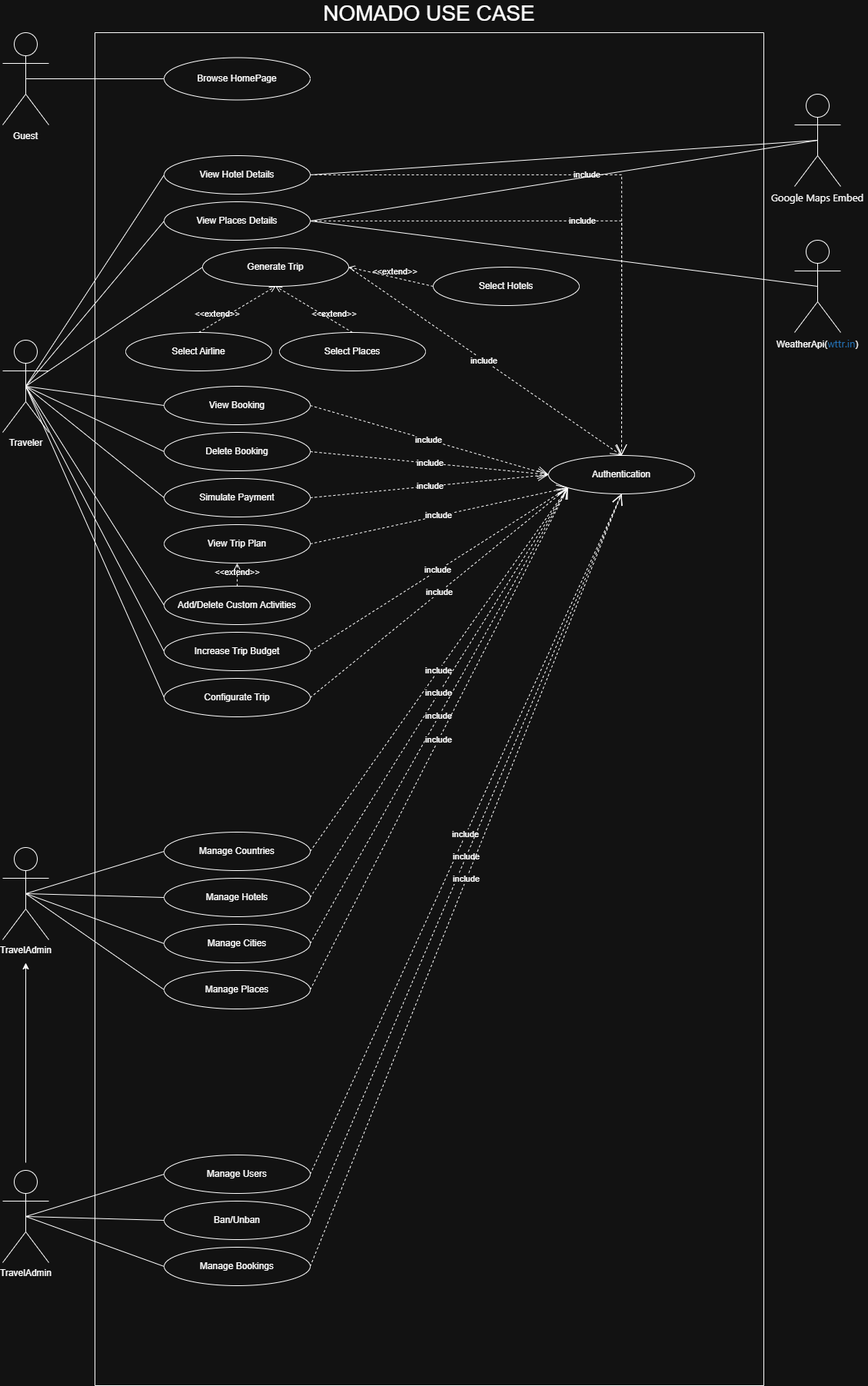
The draw.io diagram docs/NOMADO-usecase.png in sahhoutiamine/NOMADO-TravelPlanner, before a commit. Source tidied: cells renumbered, new cells last; positions are measured from the earlier drawing's top-left corner, leaving out a move shared by most shapes.
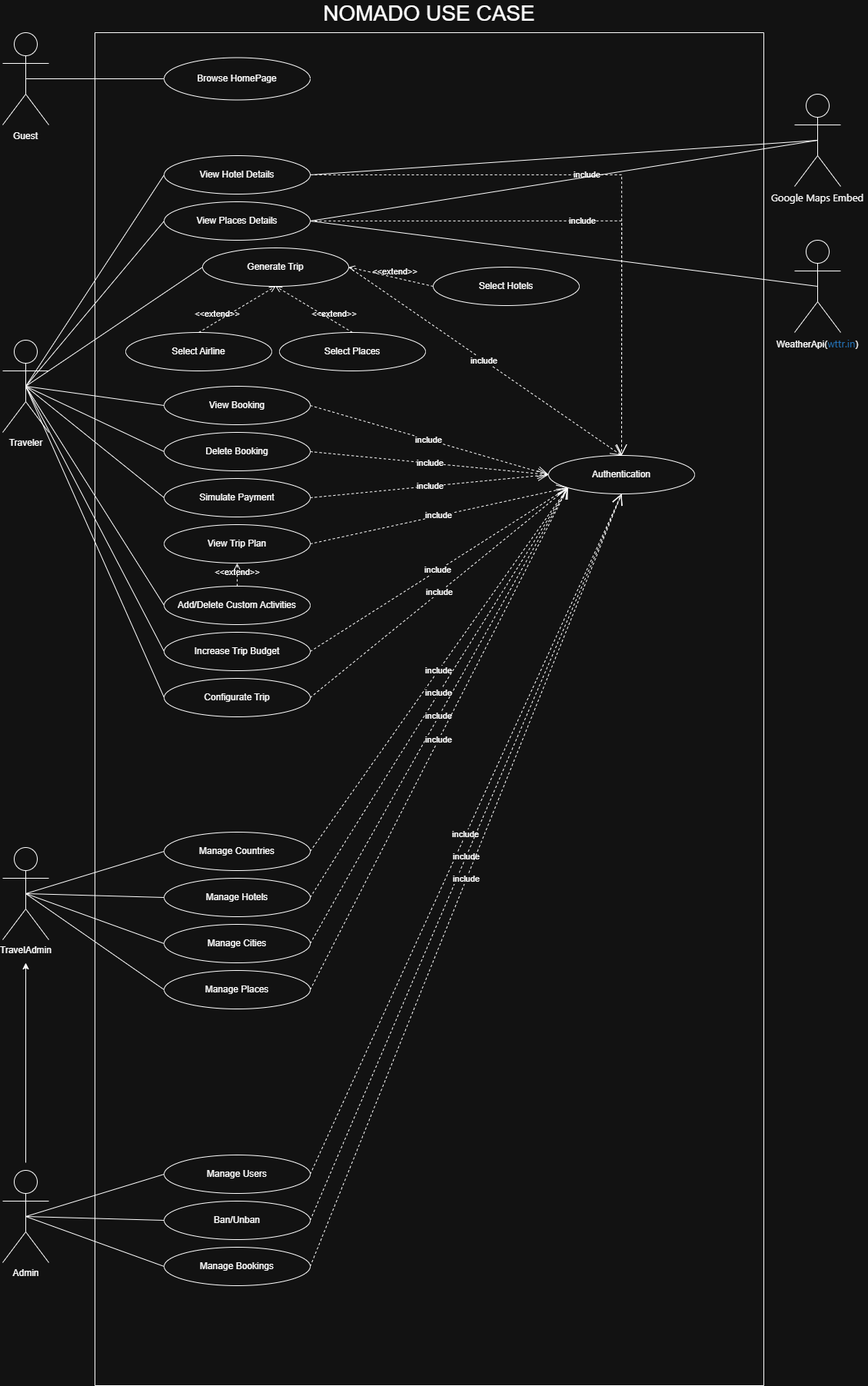
Above is the later version.

Commit message:
docs: update class and use case diagrams

What changed in the source:
```diff
@@ -143,7 +143,7 @@
     <mxCell id="48" style="endArrow=none;html=1;rounded=0;entryX=0;entryY=0.5;entryDx=0;entryDy=0;exitX=0.5;exitY=0.5;exitDx=0;exitDy=0;exitPerimeter=0;" parent="41" edge="1" source="42" target="58">
       <mxGeometry relative="1" as="geometry" />
     </mxCell>
-    <mxCell id="49" value="TravelAdmin" style="shape=umlActor;verticalLabelPosition=bottom;verticalAlign=top;html=1;outlineConnect=0;" parent="41" vertex="1">
+    <mxCell id="49" value="Admin" style="shape=umlActor;verticalLabelPosition=bottom;verticalAlign=top;html=1;outlineConnect=0;" parent="41" vertex="1">
       <mxGeometry x="-120" y="1480" width="60" height="120" as="geometry" />
     </mxCell>
     <mxCell id="50" value="Manage Users" style="ellipse;whiteSpace=wrap;html=1;" parent="41" vertex="1">
```
